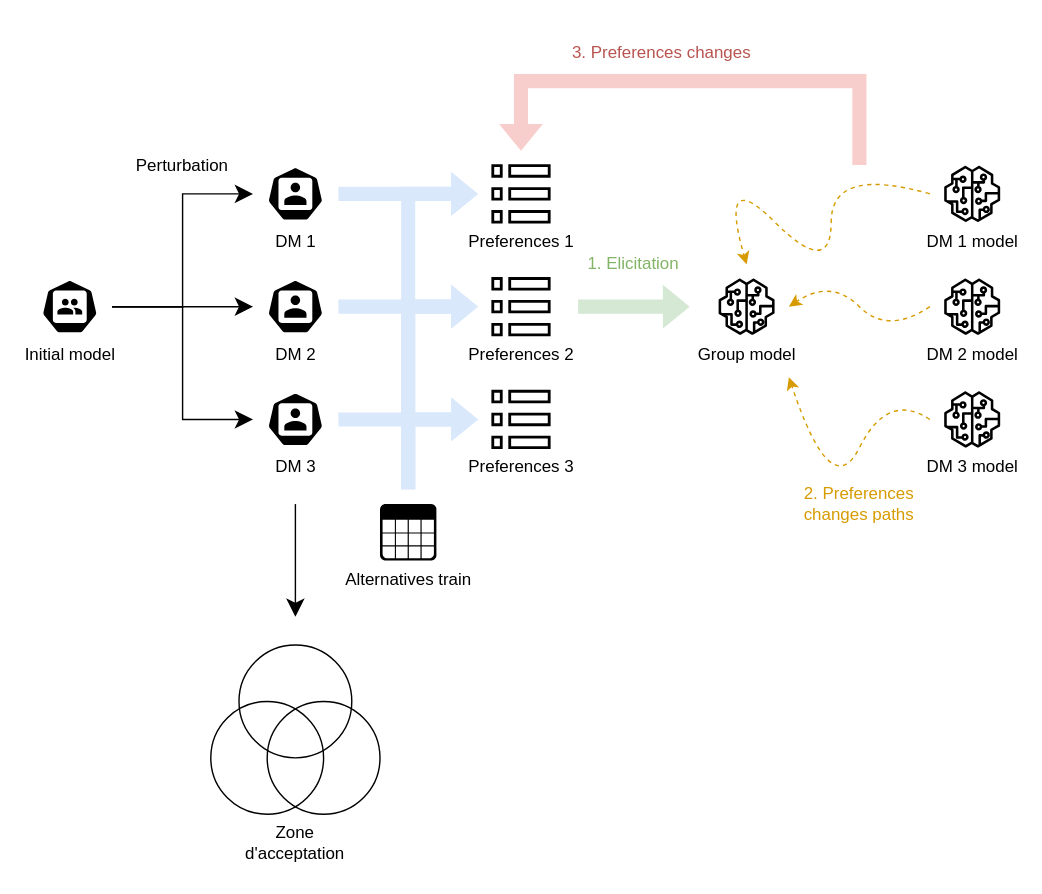
yjourdin/these keeps this draw.io diagram as page "Copie de Experiment 2" (7 of 10) of schema/use_case.drawio. Above is the earlier version. Source tidied: cells renumbered, new cells numbered last; positions are measured from the earlier drawing's top-left corner, leaving out a move shared by most shapes. Both pictures are drawn from the tidied source at 141%, with x=0, y=0 at pixel (41, 24).
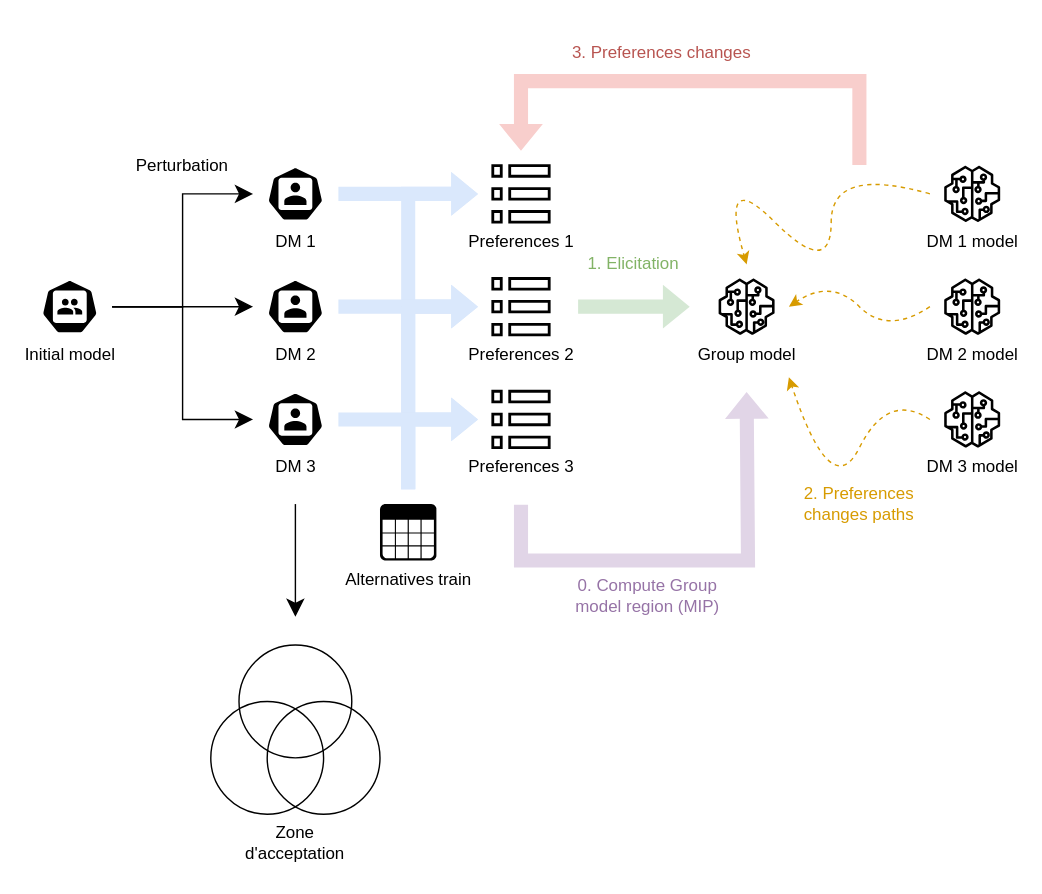
After the change.

Change to the diagram source:
```diff
@@
+    <mxCell id="37" style="endArrow=classic;html=1;rounded=0;shape=flexArrow;fillColor=#e1d5e7;strokeColor=none;edgeStyle=orthogonalEdgeStyle;" parent="1" edge="1">
+      <mxGeometry relative="1" as="geometry">
+        <mxPoint x="340" y="340" as="sourcePoint" />
+        <mxPoint x="500" y="260" as="targetPoint" />
+        <Array as="points">
+          <mxPoint x="340" y="380" />
+          <mxPoint x="501" y="380" />
+          <mxPoint x="501" y="260" />
+        </Array>
+      </mxGeometry>
+    </mxCell>
+    <mxCell id="38" value="0. Compute Group model region (MIP)" style="text;html=1;align=center;verticalAlign=middle;whiteSpace=wrap;rounded=0;fontColor=#9673A6;" parent="1" vertex="1">
+      <mxGeometry x="370" y="390" width="120" height="30" as="geometry" />
+    </mxCell>
```
